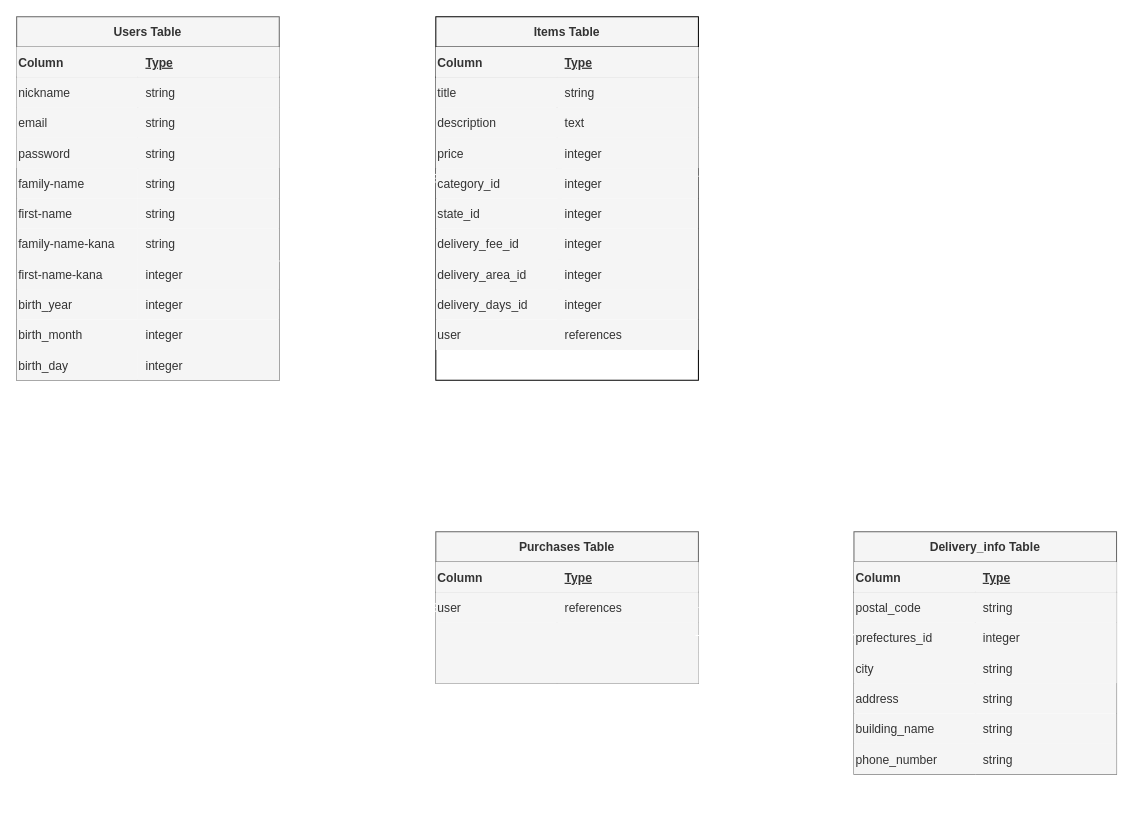
Before: furima.dio in subarunoko/furima-31968, a draw.io diagram. Source tidied: cells renumbered, new cells numbered last; positions are measured from the earlier drawing's top-left corner, leaving out a move shared by most shapes. Both pictures are drawn from the tidied source at 101%, with x=0, y=0 at pixel (16, 16).
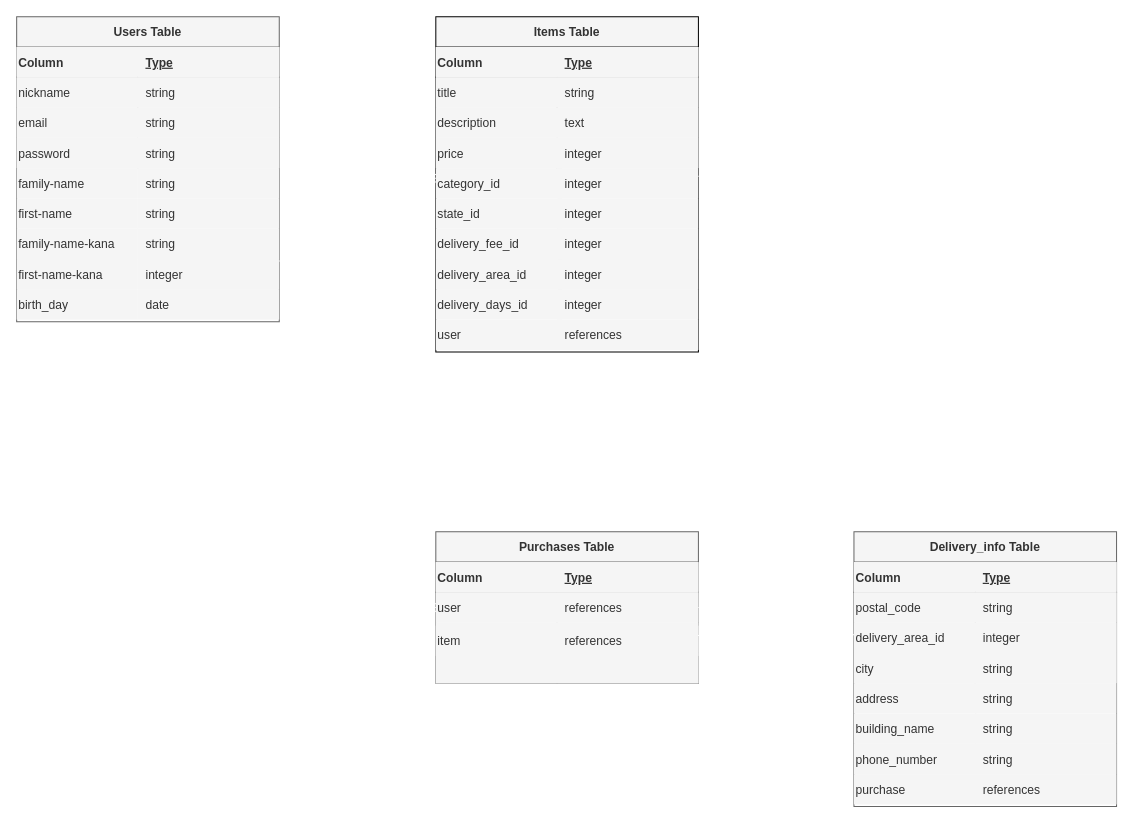
The same page after the edit.

Unchanged cells that the change refers to:
```xml
<mxCell id="74" style="shape=partialRectangle;fillColor=#f5f5f5;top=0;left=0;bottom=0;right=0;strokeColor=#666666;fontColor=#333333;" parent="67" vertex="1">
  <mxGeometry y="90" width="260" height="30" as="geometry" />
</mxCell>
```

Diff of the diagram source:
```diff
@@
     <mxCell id="2" value="Users Table" style="shape=table;startSize=30;childLayout=tableLayout;rowLines=0;fontStyle=1;align=center;fillColor=#f5f5f5;strokeColor=#666666;fontColor=#333333;" parent="1" vertex="1">
-      <mxGeometry width="260" height="360" as="geometry" />
+      <mxGeometry width="260" height="302" as="geometry" />
     </mxCell>
@@
-    <mxCell id="19" value="birth_year" style="shape=partialRectangle;fillColor=#f5f5f5;top=0;left=0;bottom=0;right=0;overflow=hidden;align=left;strokeColor=#666666;fontColor=#333333;" parent="1" vertex="1">
+    <mxCell id="19" value="birth_day" style="shape=partialRectangle;fillColor=#f5f5f5;top=0;left=0;bottom=0;right=0;overflow=hidden;align=left;strokeColor=#666666;fontColor=#333333;" parent="1" vertex="1">
       <mxGeometry y="270" width="120" height="30" as="geometry" />
     </mxCell>
-    <mxCell id="20" value="birth_month" style="shape=partialRectangle;fillColor=#f5f5f5;top=0;left=0;bottom=0;right=0;overflow=hidden;align=left;strokeColor=#666666;fontColor=#333333;" parent="1" vertex="1">
-      <mxGeometry y="300" width="130" height="30" as="geometry" />
-    </mxCell>
-    <mxCell id="21" value="birth_day" style="shape=partialRectangle;fillColor=#f5f5f5;top=0;left=0;bottom=0;right=0;overflow=hidden;align=left;strokeColor=#666666;fontColor=#333333;" parent="1" vertex="1">
-      <mxGeometry y="330" width="120" height="30" as="geometry" />
-    </mxCell>
@@
-    <mxCell id="26" value="integer" style="shape=partialRectangle;fillColor=#f5f5f5;top=0;left=0;bottom=0;right=0;align=left;spacingLeft=6;overflow=hidden;strokeColor=#666666;fontColor=#333333;" parent="1" vertex="1">
+    <mxCell id="26" value="date" style="shape=partialRectangle;fillColor=#f5f5f5;top=0;left=0;bottom=0;right=0;align=left;spacingLeft=6;overflow=hidden;strokeColor=#666666;fontColor=#333333;" parent="1" vertex="1">
       <mxGeometry x="120" y="270" width="140" height="30" as="geometry" />
     </mxCell>
-    <mxCell id="27" value="integer" style="shape=partialRectangle;fillColor=#f5f5f5;top=0;left=0;bottom=0;right=0;align=left;spacingLeft=6;overflow=hidden;strokeColor=#666666;fontColor=#333333;" parent="1" vertex="1">
-      <mxGeometry x="120" y="300" width="140" height="30" as="geometry" />
-    </mxCell>
-    <mxCell id="28" value="integer" style="shape=partialRectangle;fillColor=#f5f5f5;top=0;left=0;bottom=0;right=0;align=left;spacingLeft=6;overflow=hidden;strokeColor=#666666;fontColor=#333333;" parent="1" vertex="1">
-      <mxGeometry x="120" y="330" width="140" height="30" as="geometry" />
-    </mxCell>
     <mxCell id="29" value="Items Table" style="shape=table;startSize=30;childLayout=tableLayout;rowLines=0;fontStyle=1;align=center;fillColor=#f5f5f5;fontColor=#333333;strokeColor=#000000;strokeWidth=1;" parent="1" vertex="1">
-      <mxGeometry x="415" width="260" height="360" as="geometry" />
+      <mxGeometry x="415" width="260" height="332" as="geometry" />
     </mxCell>
@@
     <mxCell id="67" value="Delivery_info Table" style="shape=table;startSize=30;childLayout=tableLayout;rowLines=0;fontStyle=1;align=center;fillColor=#f5f5f5;strokeColor=#666666;fontColor=#333333;" parent="1" vertex="1">
-      <mxGeometry x="829" y="510" width="260" height="240" as="geometry" />
+      <mxGeometry x="829" y="510" width="260" height="272" as="geometry" />
     </mxCell>
@@
-    <mxCell id="75" value="prefectures_id" style="shape=partialRectangle;fillColor=#f5f5f5;top=0;left=0;bottom=0;right=0;overflow=hidden;align=left;strokeColor=#666666;fontColor=#333333;" parent="74" vertex="1">
+    <mxCell id="75" value="delivery_area_id" style="shape=partialRectangle;fillColor=#f5f5f5;top=0;left=0;bottom=0;right=0;overflow=hidden;align=left;strokeColor=#666666;fontColor=#333333;" parent="74" vertex="1">
       <mxGeometry width="120" height="30" as="geometry" />
     </mxCell>
@@
+    <mxCell id="90" value="item" style="shape=partialRectangle;fillColor=#f5f5f5;top=0;left=0;bottom=0;right=0;overflow=hidden;align=left;strokeColor=#666666;fontColor=#333333;" parent="1" vertex="1">
+      <mxGeometry x="415" y="603" width="120" height="30" as="geometry" />
+    </mxCell>
+    <mxCell id="91" value="references" style="shape=partialRectangle;fillColor=#f5f5f5;top=0;left=0;bottom=0;right=0;align=left;spacingLeft=6;overflow=hidden;strokeColor=#666666;fontColor=#333333;" parent="1" vertex="1">
+      <mxGeometry x="535" y="603" width="140" height="30" as="geometry" />
+    </mxCell>
+    <mxCell id="92" value="purchase" style="shape=partialRectangle;fillColor=#f5f5f5;top=0;left=0;bottom=0;right=0;overflow=hidden;align=left;strokeColor=#666666;fontColor=#333333;" parent="1" vertex="1">
+      <mxGeometry x="829" y="750" width="121" height="30" as="geometry" />
+    </mxCell>
+    <mxCell id="93" value="references" style="shape=partialRectangle;fillColor=#f5f5f5;top=0;left=0;bottom=0;right=0;align=left;spacingLeft=6;overflow=hidden;strokeColor=#666666;fontColor=#333333;" parent="1" vertex="1">
+      <mxGeometry x="949" y="750" width="140" height="30" as="geometry" />
+    </mxCell>
```
